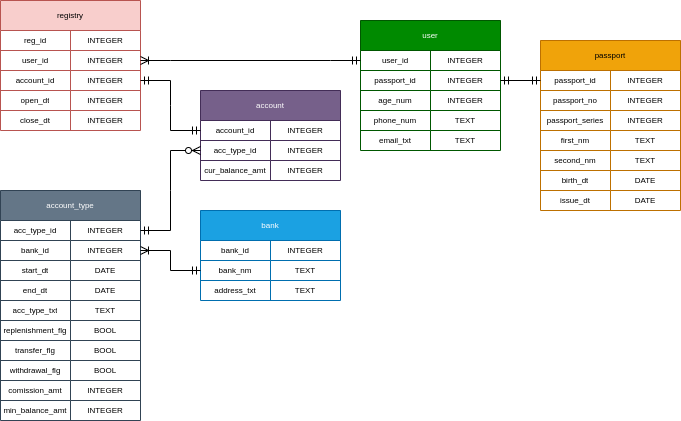
Before: docs/logical-model.png, a diagram exported from draw.io (Vadim14032022/central_banking_register). Source tidied: cells renumbered, new cells last; positions are measured from the earlier drawing's top-left corner, leaving out a move shared by most shapes.
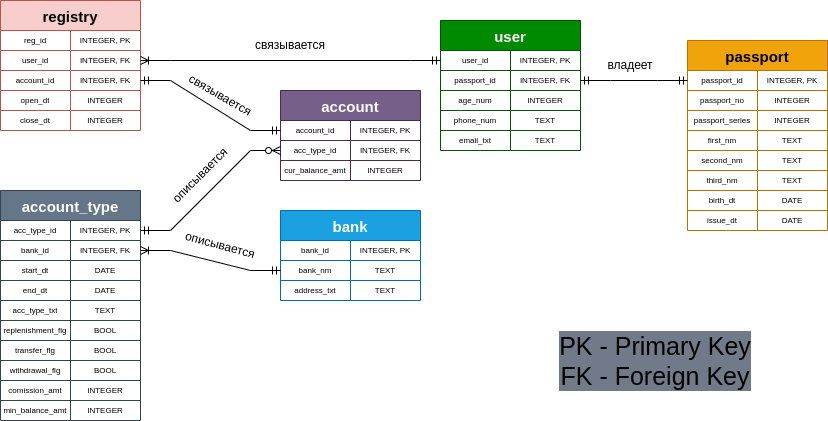
The same diagram one commit later.

Diff of the diagram source:
```diff
@@ -4,4 +4,4 @@
     <mxCell id="1" parent="0" />
-    <mxCell id="2" value="user" style="shape=table;startSize=30;fontSize=8;align=center;spacingTop=0;fillColor=#008a00;fontColor=#ffffff;strokeColor=#005700;" parent="1" vertex="1">
-      <mxGeometry x="360" y="20" width="140" height="130" as="geometry" />
+    <mxCell id="2" value="user" style="shape=table;startSize=30;fontSize=15;align=center;spacingTop=0;fillColor=#008a00;fontColor=#ffffff;strokeColor=#005700;fontStyle=1;" parent="1" vertex="1">
+      <mxGeometry x="400" y="20" width="140" height="130" as="geometry" />
     </mxCell>
@@ -13,3 +13,3 @@
     </mxCell>
-    <mxCell id="5" value="INTEGER" style="shape=partialRectangle;html=1;whiteSpace=wrap;strokeColor=inherit;overflow=hidden;fillColor=none;top=0;left=0;bottom=0;right=0;fontSize=8;align=center;spacingTop=0;" parent="3" vertex="1">
+    <mxCell id="5" value="INTEGER, PK" style="shape=partialRectangle;html=1;whiteSpace=wrap;strokeColor=inherit;overflow=hidden;fillColor=none;top=0;left=0;bottom=0;right=0;fontSize=8;align=center;spacingTop=0;" parent="3" vertex="1">
       <mxGeometry x="70" width="70" height="20" as="geometry" />
@@ -22,3 +22,3 @@
     </mxCell>
-    <mxCell id="8" value="INTEGER" style="shape=partialRectangle;html=1;whiteSpace=wrap;strokeColor=inherit;overflow=hidden;fillColor=none;top=0;left=0;bottom=0;right=0;fontSize=8;align=center;spacingTop=0;" parent="6" vertex="1">
+    <mxCell id="8" value="INTEGER, FK" style="shape=partialRectangle;html=1;whiteSpace=wrap;strokeColor=inherit;overflow=hidden;fillColor=none;top=0;left=0;bottom=0;right=0;fontSize=8;align=center;spacingTop=0;" parent="6" vertex="1">
       <mxGeometry x="70" width="70" height="20" as="geometry" />
@@ -52,4 +52,4 @@
     </mxCell>
-    <mxCell id="18" value="passport" style="shape=table;startSize=30;fontSize=8;align=center;spacingTop=0;fillColor=#f0a30a;fontColor=#000000;strokeColor=#BD7000;" parent="1" vertex="1">
-      <mxGeometry x="540" y="40" width="140" height="170" as="geometry" />
+    <mxCell id="18" value="passport" style="shape=table;startSize=30;fontSize=15;align=center;spacingTop=0;fillColor=#f0a30a;fontColor=#000000;strokeColor=#BD7000;fontStyle=1;" parent="1" vertex="1">
+      <mxGeometry x="647" y="40" width="140" height="190" as="geometry" />
     </mxCell>
@@ -61,3 +61,3 @@
     </mxCell>
-    <mxCell id="21" value="INTEGER" style="shape=partialRectangle;html=1;whiteSpace=wrap;strokeColor=inherit;overflow=hidden;fillColor=none;top=0;left=0;bottom=0;right=0;fontSize=8;align=center;spacingTop=0;" parent="19" vertex="1">
+    <mxCell id="21" value="INTEGER, PK" style="shape=partialRectangle;html=1;whiteSpace=wrap;strokeColor=inherit;overflow=hidden;fillColor=none;top=0;left=0;bottom=0;right=0;fontSize=8;align=center;spacingTop=0;" parent="19" vertex="1">
       <mxGeometry x="70" width="70" height="20" as="geometry" />
@@ -100,4 +100,13 @@
     </mxCell>
+    <mxCell id="112" style="shape=tableRow;horizontal=0;startSize=0;swimlaneHead=0;swimlaneBody=0;strokeColor=inherit;top=0;left=0;bottom=0;right=0;fillColor=none;fontSize=8;align=center;spacingTop=0;" parent="18" vertex="1">
+      <mxGeometry y="130" width="140" height="20" as="geometry" />
+    </mxCell>
+    <mxCell id="113" value="third_nm" style="shape=partialRectangle;html=1;whiteSpace=wrap;strokeColor=inherit;overflow=hidden;fillColor=none;top=0;left=0;bottom=0;right=0;fontSize=8;align=center;spacingTop=0;" parent="112" vertex="1">
+      <mxGeometry width="70" height="20" as="geometry" />
+    </mxCell>
+    <mxCell id="114" value="TEXT" style="shape=partialRectangle;html=1;whiteSpace=wrap;strokeColor=inherit;overflow=hidden;fillColor=none;top=0;left=0;bottom=0;right=0;fontSize=8;align=center;spacingTop=0;" parent="112" vertex="1">
+      <mxGeometry x="70" width="70" height="20" as="geometry" />
+    </mxCell>
     <mxCell id="34" style="shape=tableRow;horizontal=0;startSize=0;swimlaneHead=0;swimlaneBody=0;strokeColor=inherit;top=0;left=0;bottom=0;right=0;fillColor=none;fontSize=8;align=center;spacingTop=0;" parent="18" vertex="1">
-      <mxGeometry y="130" width="140" height="20" as="geometry" />
+      <mxGeometry y="150" width="140" height="20" as="geometry" />
     </mxCell>
@@ -110,3 +119,3 @@
     <mxCell id="37" style="shape=tableRow;horizontal=0;startSize=0;swimlaneHead=0;swimlaneBody=0;strokeColor=inherit;top=0;left=0;bottom=0;right=0;fillColor=none;fontSize=8;align=center;spacingTop=0;" parent="18" vertex="1">
-      <mxGeometry y="150" width="140" height="20" as="geometry" />
+      <mxGeometry y="170" width="140" height="20" as="geometry" />
     </mxCell>
@@ -118,4 +127,4 @@
     </mxCell>
-    <mxCell id="40" value="bank" style="shape=table;startSize=30;fontSize=8;align=center;spacingTop=0;fillColor=#1ba1e2;fontColor=#ffffff;strokeColor=#006EAF;" parent="1" vertex="1">
-      <mxGeometry x="200" y="210" width="140" height="90" as="geometry" />
+    <mxCell id="40" value="bank" style="shape=table;startSize=30;fontSize=15;align=center;spacingTop=0;fillColor=#1ba1e2;fontColor=#ffffff;strokeColor=#006EAF;fontStyle=1;" parent="1" vertex="1">
+      <mxGeometry x="240" y="210" width="140" height="90" as="geometry" />
     </mxCell>
@@ -127,3 +136,3 @@
     </mxCell>
-    <mxCell id="43" value="INTEGER" style="shape=partialRectangle;html=1;whiteSpace=wrap;strokeColor=inherit;overflow=hidden;fillColor=none;top=0;left=0;bottom=0;right=0;fontSize=8;align=center;spacingTop=0;" parent="41" vertex="1">
+    <mxCell id="43" value="INTEGER, PK" style="shape=partialRectangle;html=1;whiteSpace=wrap;strokeColor=inherit;overflow=hidden;fillColor=none;top=0;left=0;bottom=0;right=0;fontSize=8;align=center;spacingTop=0;" parent="41" vertex="1">
       <mxGeometry x="70" width="70" height="20" as="geometry" />
@@ -148,4 +157,4 @@
     </mxCell>
-    <mxCell id="50" value="account" style="shape=table;startSize=30;fontSize=8;align=center;spacingTop=0;fillColor=#76608a;fontColor=#ffffff;strokeColor=#432D57;" parent="1" vertex="1">
-      <mxGeometry x="200" y="90" width="140" height="90" as="geometry" />
+    <mxCell id="50" value="account" style="shape=table;startSize=30;fontSize=15;align=center;spacingTop=0;fillColor=#76608a;fontColor=#ffffff;strokeColor=#432D57;fontStyle=1;" parent="1" vertex="1">
+      <mxGeometry x="240" y="90" width="140" height="90" as="geometry" />
     </mxCell>
@@ -157,3 +166,3 @@
     </mxCell>
-    <mxCell id="53" value="INTEGER" style="shape=partialRectangle;html=1;whiteSpace=wrap;strokeColor=inherit;overflow=hidden;fillColor=none;top=0;left=0;bottom=0;right=0;fontSize=8;align=center;spacingTop=0;" parent="51" vertex="1">
+    <mxCell id="53" value="INTEGER, PK" style="shape=partialRectangle;html=1;whiteSpace=wrap;strokeColor=inherit;overflow=hidden;fillColor=none;top=0;left=0;bottom=0;right=0;fontSize=8;align=center;spacingTop=0;" parent="51" vertex="1">
       <mxGeometry x="70" width="70" height="20" as="geometry" />
@@ -166,3 +175,3 @@
     </mxCell>
-    <mxCell id="56" value="INTEGER" style="shape=partialRectangle;html=1;whiteSpace=wrap;strokeColor=inherit;overflow=hidden;fillColor=none;top=0;left=0;bottom=0;right=0;fontSize=8;align=center;spacingTop=0;" parent="54" vertex="1">
+    <mxCell id="56" value="INTEGER, FK" style="shape=partialRectangle;html=1;whiteSpace=wrap;strokeColor=inherit;overflow=hidden;fillColor=none;top=0;left=0;bottom=0;right=0;fontSize=8;align=center;spacingTop=0;" parent="54" vertex="1">
       <mxGeometry x="70" width="70" height="20" as="geometry" />
@@ -178,4 +187,4 @@
     </mxCell>
-    <mxCell id="60" value="account_type" style="shape=table;startSize=30;fontSize=8;align=center;spacingTop=0;fillColor=#647687;fontColor=#ffffff;strokeColor=#314354;" parent="1" vertex="1">
-      <mxGeometry y="190" width="140" height="230" as="geometry" />
+    <mxCell id="60" value="account_type" style="shape=table;startSize=30;fontSize=15;align=center;spacingTop=0;fillColor=#647687;fontColor=#ffffff;strokeColor=#314354;fontStyle=1;" parent="1" vertex="1">
+      <mxGeometry x="-40" y="190" width="140" height="230" as="geometry" />
     </mxCell>
@@ -187,3 +196,3 @@
     </mxCell>
-    <mxCell id="63" value="INTEGER" style="shape=partialRectangle;html=1;whiteSpace=wrap;strokeColor=inherit;overflow=hidden;fillColor=none;top=0;left=0;bottom=0;right=0;fontSize=8;align=center;spacingTop=0;" parent="61" vertex="1">
+    <mxCell id="63" value="INTEGER, PK" style="shape=partialRectangle;html=1;whiteSpace=wrap;strokeColor=inherit;overflow=hidden;fillColor=none;top=0;left=0;bottom=0;right=0;fontSize=8;align=center;spacingTop=0;" parent="61" vertex="1">
       <mxGeometry x="70" width="70" height="20" as="geometry" />
@@ -196,3 +205,3 @@
     </mxCell>
-    <mxCell id="66" value="INTEGER" style="shape=partialRectangle;html=1;whiteSpace=wrap;strokeColor=inherit;overflow=hidden;fillColor=none;top=0;left=0;bottom=0;right=0;fontSize=8;align=center;spacingTop=0;" parent="64" vertex="1">
+    <mxCell id="66" value="INTEGER, FK" style="shape=partialRectangle;html=1;whiteSpace=wrap;strokeColor=inherit;overflow=hidden;fillColor=none;top=0;left=0;bottom=0;right=0;fontSize=8;align=center;spacingTop=0;" parent="64" vertex="1">
       <mxGeometry x="70" width="70" height="20" as="geometry" />
@@ -271,4 +280,4 @@
     </mxCell>
-    <mxCell id="91" value="registry" style="shape=table;startSize=30;fontSize=8;fillColor=#f8cecc;strokeColor=#b85450;" parent="1" vertex="1">
-      <mxGeometry width="140" height="130" as="geometry" />
+    <mxCell id="91" value="registry" style="shape=table;startSize=30;fontSize=15;fillColor=#f8cecc;strokeColor=#b85450;fontStyle=1;" parent="1" vertex="1">
+      <mxGeometry x="-40" width="140" height="130" as="geometry" />
     </mxCell>
@@ -280,3 +289,3 @@
     </mxCell>
-    <mxCell id="94" value="INTEGER" style="shape=partialRectangle;html=1;whiteSpace=wrap;strokeColor=inherit;overflow=hidden;fillColor=none;top=0;left=0;bottom=0;right=0;fontSize=8;" parent="92" vertex="1">
+    <mxCell id="94" value="INTEGER, PK" style="shape=partialRectangle;html=1;whiteSpace=wrap;strokeColor=inherit;overflow=hidden;fillColor=none;top=0;left=0;bottom=0;right=0;fontSize=8;" parent="92" vertex="1">
       <mxGeometry x="70" width="70" height="20" as="geometry" />
@@ -289,3 +298,3 @@
     </mxCell>
-    <mxCell id="97" value="&lt;span style=&quot;color: rgb(0, 0, 0); font-family: Helvetica; font-size: 8px; font-style: normal; font-variant-ligatures: normal; font-variant-caps: normal; font-weight: 400; letter-spacing: normal; orphans: 2; text-align: center; text-indent: 0px; text-transform: none; widows: 2; word-spacing: 0px; -webkit-text-stroke-width: 0px; white-space: normal; background-color: rgb(251, 251, 251); text-decoration-thickness: initial; text-decoration-style: initial; text-decoration-color: initial; float: none; display: inline !important;&quot;&gt;INTEGER&lt;/span&gt;" style="shape=partialRectangle;html=1;whiteSpace=wrap;strokeColor=inherit;overflow=hidden;fillColor=none;top=0;left=0;bottom=0;right=0;fontSize=8;" parent="95" vertex="1">
+    <mxCell id="97" value="&lt;span style=&quot;color: rgb(0, 0, 0); font-family: Helvetica; font-size: 8px; font-style: normal; font-variant-ligatures: normal; font-variant-caps: normal; font-weight: 400; letter-spacing: normal; orphans: 2; text-align: center; text-indent: 0px; text-transform: none; widows: 2; word-spacing: 0px; -webkit-text-stroke-width: 0px; white-space: normal; background-color: rgb(251, 251, 251); text-decoration-thickness: initial; text-decoration-style: initial; text-decoration-color: initial; float: none; display: inline !important;&quot;&gt;INTEGER, FK&lt;/span&gt;" style="shape=partialRectangle;html=1;whiteSpace=wrap;strokeColor=inherit;overflow=hidden;fillColor=none;top=0;left=0;bottom=0;right=0;fontSize=8;" parent="95" vertex="1">
       <mxGeometry x="70" width="70" height="20" as="geometry" />
@@ -298,3 +307,3 @@
     </mxCell>
-    <mxCell id="100" value="&lt;span style=&quot;color: rgb(0, 0, 0); font-family: Helvetica; font-size: 8px; font-style: normal; font-variant-ligatures: normal; font-variant-caps: normal; font-weight: 400; letter-spacing: normal; orphans: 2; text-align: center; text-indent: 0px; text-transform: none; widows: 2; word-spacing: 0px; -webkit-text-stroke-width: 0px; white-space: normal; background-color: rgb(251, 251, 251); text-decoration-thickness: initial; text-decoration-style: initial; text-decoration-color: initial; float: none; display: inline !important;&quot;&gt;INTEGER&lt;/span&gt;" style="shape=partialRectangle;html=1;whiteSpace=wrap;strokeColor=inherit;overflow=hidden;fillColor=none;top=0;left=0;bottom=0;right=0;fontSize=8;" parent="98" vertex="1">
+    <mxCell id="100" value="&lt;span style=&quot;color: rgb(0, 0, 0); font-family: Helvetica; font-size: 8px; font-style: normal; font-variant-ligatures: normal; font-variant-caps: normal; font-weight: 400; letter-spacing: normal; orphans: 2; text-align: center; text-indent: 0px; text-transform: none; widows: 2; word-spacing: 0px; -webkit-text-stroke-width: 0px; white-space: normal; background-color: rgb(251, 251, 251); text-decoration-thickness: initial; text-decoration-style: initial; text-decoration-color: initial; float: none; display: inline !important;&quot;&gt;INTEGER, FK&lt;/span&gt;" style="shape=partialRectangle;html=1;whiteSpace=wrap;strokeColor=inherit;overflow=hidden;fillColor=none;top=0;left=0;bottom=0;right=0;fontSize=8;" parent="98" vertex="1">
       <mxGeometry x="70" width="70" height="20" as="geometry" />
@@ -334,2 +343,20 @@
     </mxCell>
+    <mxCell id="115" value="связывается" style="text;html=1;align=center;verticalAlign=middle;whiteSpace=wrap;rounded=0;" parent="1" vertex="1">
+      <mxGeometry x="220" y="30" width="60" height="30" as="geometry" />
+    </mxCell>
+    <mxCell id="116" value="владеет" style="text;html=1;align=center;verticalAlign=middle;whiteSpace=wrap;rounded=0;" parent="1" vertex="1">
+      <mxGeometry x="560" y="50" width="60" height="30" as="geometry" />
+    </mxCell>
+    <mxCell id="117" value="связывается" style="text;html=1;align=center;verticalAlign=middle;whiteSpace=wrap;rounded=0;rotation=30;" parent="1" vertex="1">
+      <mxGeometry x="150" y="80" width="60" height="30" as="geometry" />
+    </mxCell>
+    <mxCell id="118" value="описывается" style="text;html=1;align=center;verticalAlign=middle;whiteSpace=wrap;rounded=0;rotation=-45;" parent="1" vertex="1">
+      <mxGeometry x="130" y="160" width="60" height="30" as="geometry" />
+    </mxCell>
+    <mxCell id="119" value="описывается" style="text;html=1;align=center;verticalAlign=middle;whiteSpace=wrap;rounded=0;rotation=15;" parent="1" vertex="1">
+      <mxGeometry x="150" y="230" width="60" height="30" as="geometry" />
+    </mxCell>
+    <mxCell id="120" value="&lt;font style=&quot;font-size: 25px;&quot;&gt;PK - Primary Key&lt;/font&gt;&lt;div style=&quot;font-size: 25px;&quot;&gt;&lt;font style=&quot;font-size: 25px;&quot;&gt;FK - Foreign Key&lt;/font&gt;&lt;/div&gt;" style="text;html=1;align=center;verticalAlign=middle;whiteSpace=wrap;rounded=0;labelBackgroundColor=#707a89;" parent="1" vertex="1">
+      <mxGeometry x="500" y="330" width="230" height="60" as="geometry" />
+    </mxCell>
   </root>
```
